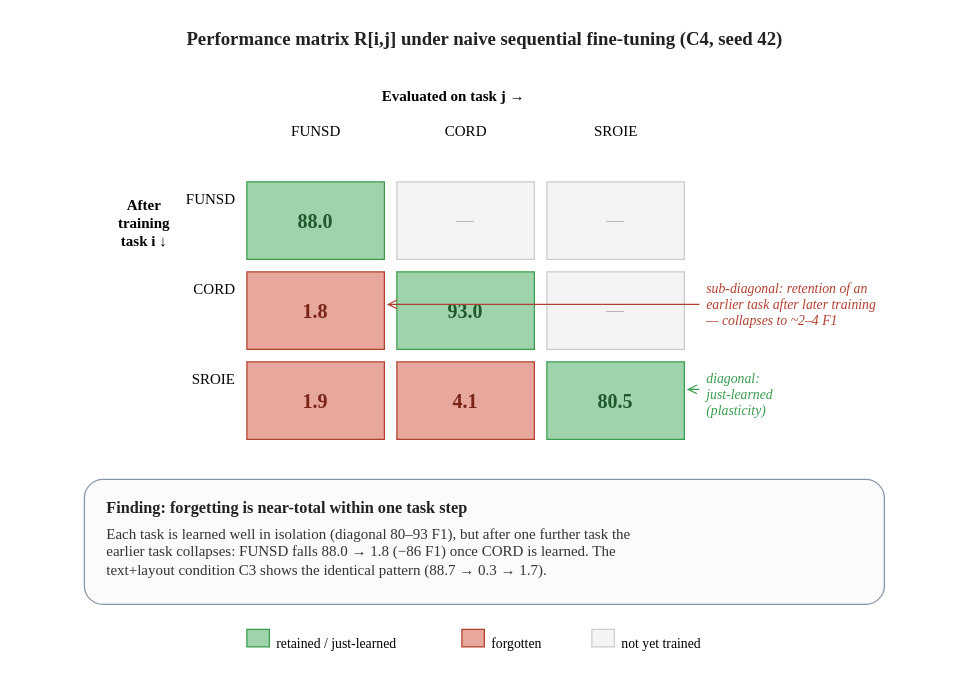
The draw.io diagram thesis/figures_src/drawio/diag_forgetting_matrix.drawio in hoangthanh283/CLUE, before the edit. Source tidied: cells renumbered, new cells numbered last; positions are measured from the earlier drawing's top-left corner, leaving out a move shared by most shapes. Both pictures are drawn from the tidied source at 125%, with x=0, y=0 at pixel (21, 21).
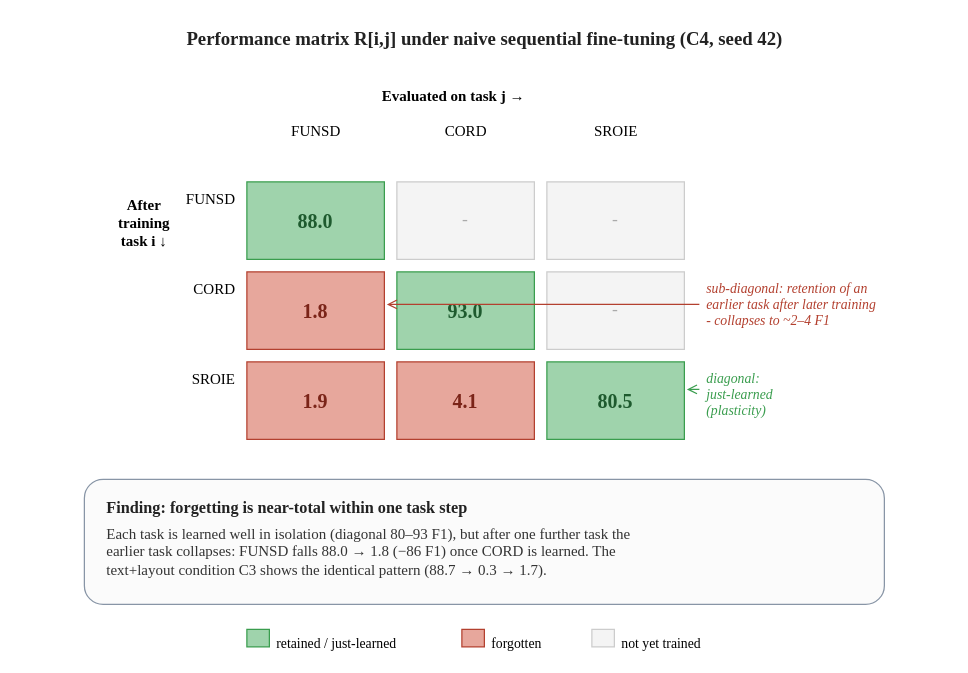
Above is the later version.

Change to the diagram source:
```diff
@@
-    <mxCell id="12" value="—" style="rounded=0;whiteSpace=wrap;html=1;fillColor=#F4F4F4;strokeColor=#CCCCCC;fontFamily=Times New Roman;fontSize=14;fontColor=#AAAAAA;" parent="1" vertex="1">
+    <mxCell id="12" value="-" style="rounded=0;whiteSpace=wrap;html=1;fillColor=#F4F4F4;strokeColor=#CCCCCC;fontFamily=Times New Roman;fontSize=14;fontColor=#AAAAAA;" parent="1" vertex="1">
       <mxGeometry x="300" y="128" width="110" height="62" as="geometry" />
     </mxCell>
-    <mxCell id="13" value="—" style="rounded=0;whiteSpace=wrap;html=1;fillColor=#F4F4F4;strokeColor=#CCCCCC;fontFamily=Times New Roman;fontSize=14;fontColor=#AAAAAA;" parent="1" vertex="1">
+    <mxCell id="13" value="-" style="rounded=0;whiteSpace=wrap;html=1;fillColor=#F4F4F4;strokeColor=#CCCCCC;fontFamily=Times New Roman;fontSize=14;fontColor=#AAAAAA;" parent="1" vertex="1">
       <mxGeometry x="420" y="128" width="110" height="62" as="geometry" />
     </mxCell>
@@
-    <mxCell id="16" value="—" style="rounded=0;whiteSpace=wrap;html=1;fillColor=#F4F4F4;strokeColor=#CCCCCC;fontFamily=Times New Roman;fontSize=14;fontColor=#AAAAAA;" parent="1" vertex="1">
+    <mxCell id="16" value="-" style="rounded=0;whiteSpace=wrap;html=1;fillColor=#F4F4F4;strokeColor=#CCCCCC;fontFamily=Times New Roman;fontSize=14;fontColor=#AAAAAA;" parent="1" vertex="1">
       <mxGeometry x="420" y="200" width="110" height="62" as="geometry" />
     </mxCell>
@@
-    <mxCell id="22" value="sub-diagonal: retention of an&#10;earlier task after later training&#10;— collapses to ~2–4 F1" style="text;html=1;align=left;fontFamily=Times New Roman;fontSize=11;fontStyle=2;fontColor=#B3402F;whiteSpace=wrap;" parent="1" vertex="1">
+    <mxCell id="22" value="sub-diagonal: retention of an&#10;earlier task after later training&#10; - collapses to ~2–4 F1" style="text;html=1;align=left;fontFamily=Times New Roman;fontSize=11;fontStyle=2;fontColor=#B3402F;whiteSpace=wrap;" parent="1" vertex="1">
       <mxGeometry x="546" y="200" width="180" height="52" as="geometry" />
     </mxCell>
```
